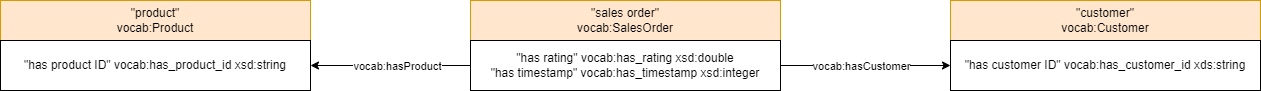
This is AmazonRatings/Figures/Gold_AmazonRatings.drawio.png from tecnomod-um/EvaluationGraphAlignmentMethods, a draw.io export, as it was before one commit. Source tidied: cells renumbered, new cells last; positions are measured from the earlier drawing's top-left corner, leaving out a move shared by most shapes.
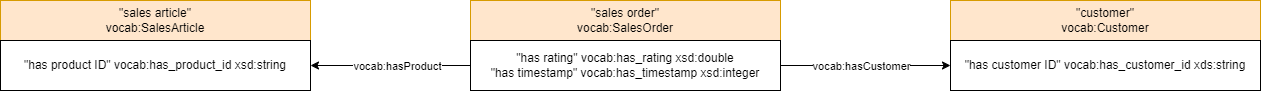
The same diagram one commit later.

Diff of the diagram source:
```diff
@@ -30,7 +30,7 @@
     <mxCell id="9" value="&quot;has customer ID&quot; vocab:has_customer_id xds:string" style="rounded=0;whiteSpace=wrap;html=1;" parent="1" vertex="1">
       <mxGeometry x="950" y="40" width="310" height="50" as="geometry" />
     </mxCell>
-    <mxCell id="10" value="&quot;product&quot;&lt;br&gt;vocab:Product" style="rounded=0;whiteSpace=wrap;html=1;fillColor=#ffe6cc;strokeColor=#d79b00;" parent="1" vertex="1">
+    <mxCell id="10" value="&quot;sales article&quot;&lt;br&gt;vocab:SalesArticle" style="rounded=0;whiteSpace=wrap;html=1;fillColor=#ffe6cc;strokeColor=#d79b00;" parent="1" vertex="1">
       <mxGeometry width="310" height="40" as="geometry" />
     </mxCell>
     <mxCell id="11" value="&quot;has product ID&quot; vocab:has_product_id xsd:string" style="rounded=0;whiteSpace=wrap;html=1;" parent="1" vertex="1">
```
